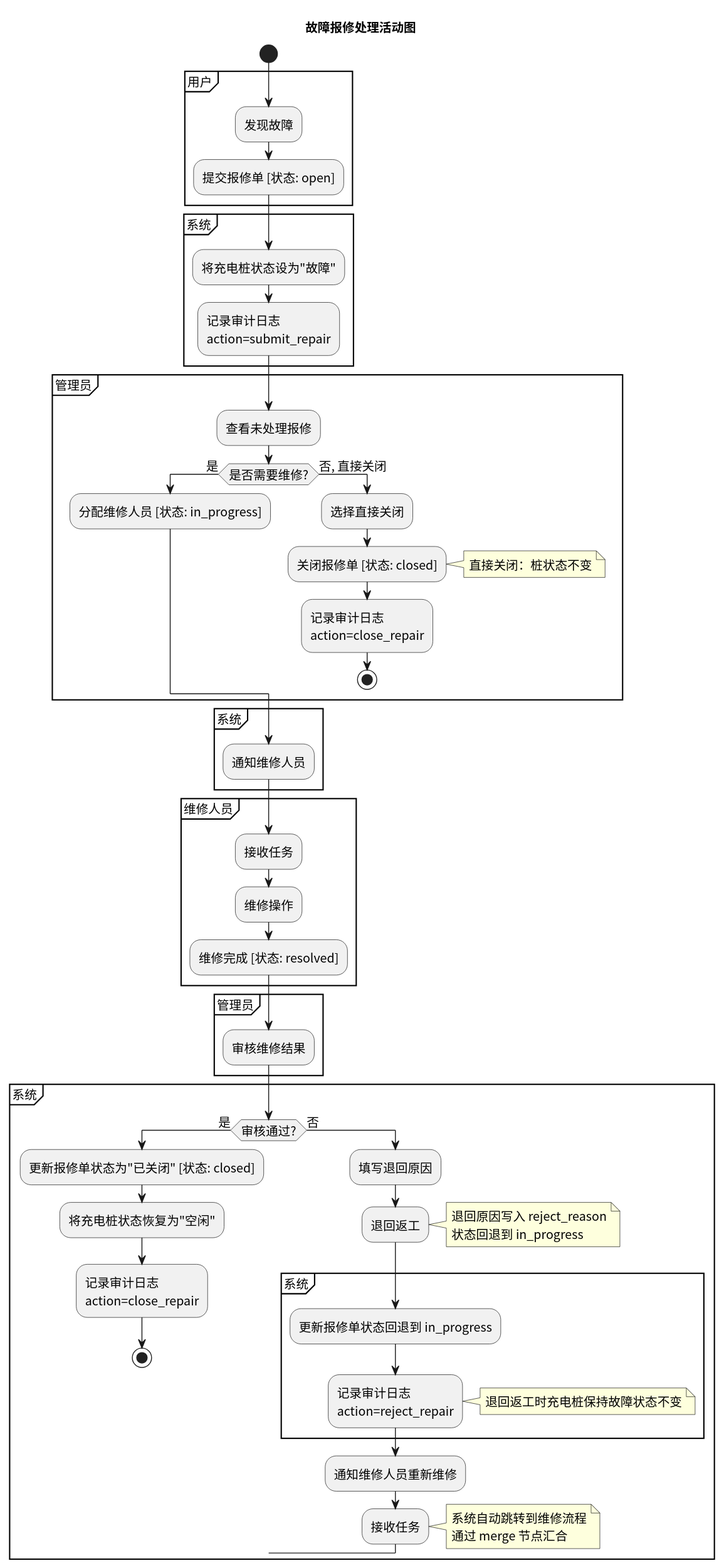
The PlantUML diagram activity/img/activity_repair.svg in greenhandzdl/charging-station-doc, before a commit.
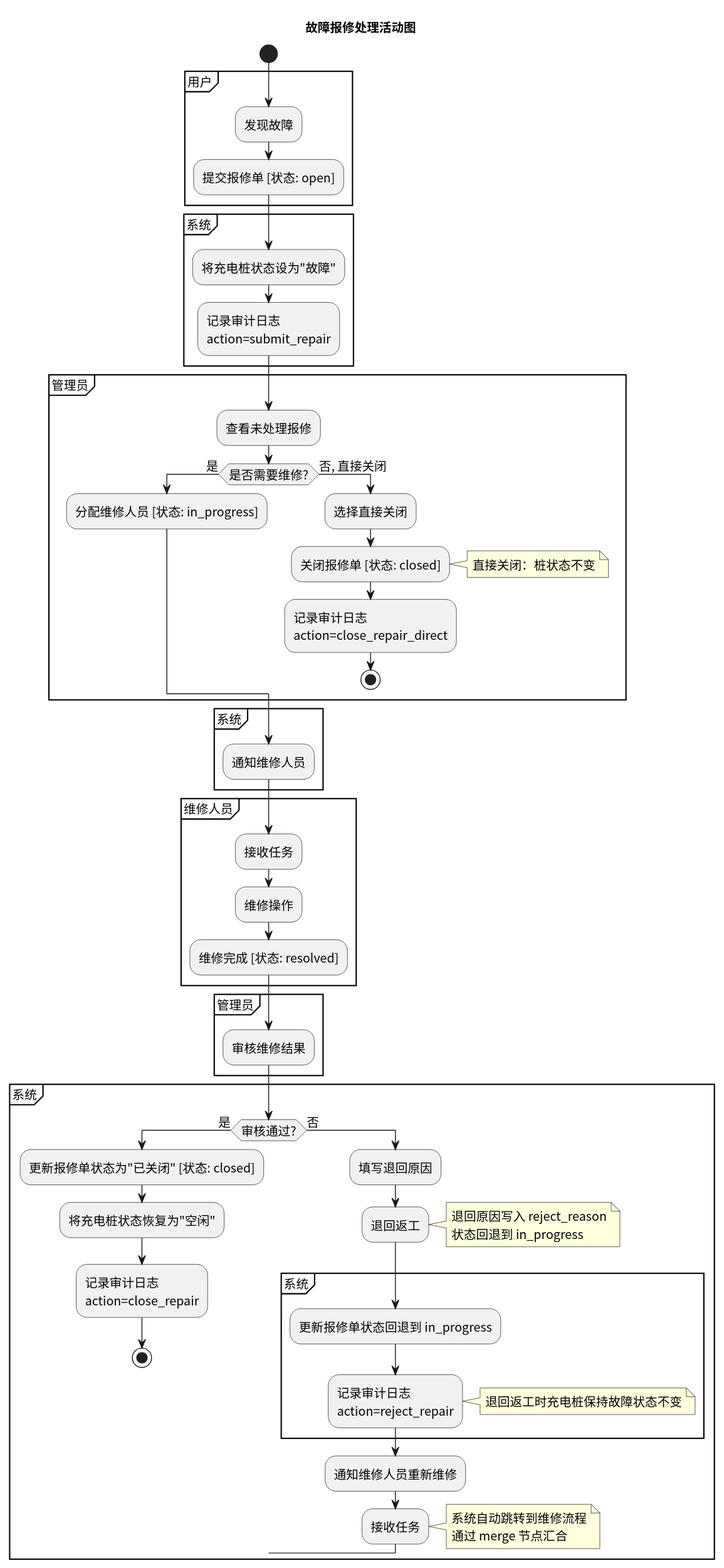
Above is the later version.

Commit message:
fix: 第21轮评估修复 — 跨图一致性补全（1 MINOR + 1 INFO）

The edit, as a diff of the source:
```diff
@@ -22,7 +22,7 @@
     :选择直接关闭;
     :关闭报修单 [状态: closed];
     note right: 直接关闭：桩状态不变
-    :记录审计日志\naction=close_repair;
+    :记录审计日志\naction=close_repair_direct;
     stop
   endif
 }
```
